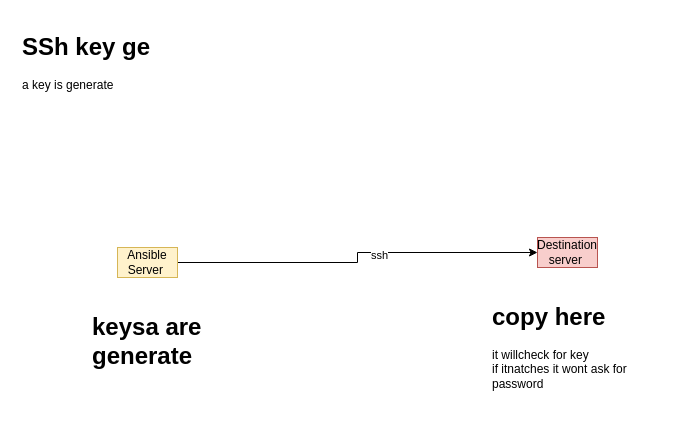
This is page "Page-2" (2 of 3) of Untitled Diagram.drawio from jvsocial/ansible-training-webapp, a draw.io file, before an edit. Source tidied: cells renumbered, new cells numbered last; positions are measured from the earlier drawing's top-left corner, leaving out a move shared by most shapes. Both pictures are drawn from the tidied source at 100%, with x=0, y=0 at pixel (17, 27).
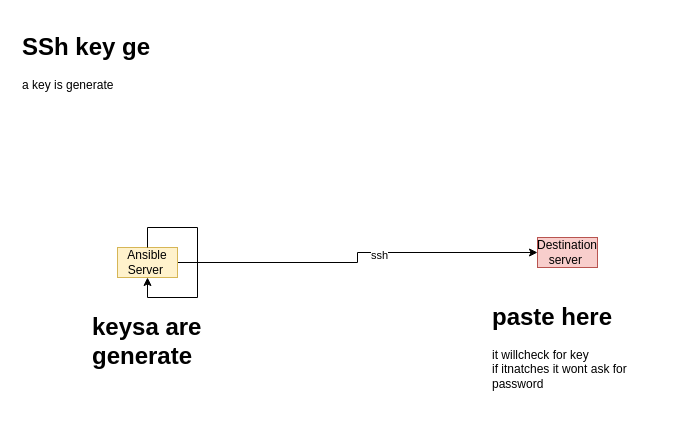
The same page after the edit.

What changed in the source:
```diff
@@
 <mxGraphModel>
   <root>
     <mxCell id="0" />
     <mxCell id="1" parent="0" />
     <mxCell id="2" value="&lt;h1&gt;SSh key ge&amp;nbsp;&lt;/h1&gt;&lt;div&gt;a key is generate&amp;nbsp;&lt;/div&gt;&lt;div&gt;&lt;br&gt;&lt;/div&gt;" style="text;html=1;strokeColor=none;fillColor=none;spacing=5;spacingTop=-20;whiteSpace=wrap;overflow=hidden;rounded=0;" parent="1" vertex="1">
       <mxGeometry width="190" height="120" as="geometry" />
     </mxCell>
     <mxCell id="3" style="edgeStyle=orthogonalEdgeStyle;rounded=0;jettySize=auto;html=1;" parent="1" edge="1" source="5" target="6">
       <mxGeometry relative="1" as="geometry" />
     </mxCell>
     <mxCell id="4" value="ssh" style="edgeLabel;html=1;align=center;verticalAlign=middle;" parent="3" vertex="1">
       <mxGeometry x="0.14" y="-2" relative="1" as="geometry" />
     </mxCell>
     <mxCell id="5" value="Ansible Server&amp;nbsp;" style="text;html=1;strokeColor=#d6b656;fillColor=#fff2cc;align=center;verticalAlign=middle;whiteSpace=wrap;rounded=0;" parent="1" vertex="1">
       <mxGeometry x="100" y="220" width="60" height="30" as="geometry" />
     </mxCell>
     <mxCell id="6" value="Destination server&amp;nbsp;" style="text;html=1;strokeColor=#b85450;fillColor=#f8cecc;align=center;verticalAlign=middle;whiteSpace=wrap;rounded=0;" parent="1" vertex="1">
       <mxGeometry x="520" y="210" width="60" height="30" as="geometry" />
     </mxCell>
     <mxCell id="7" value="&lt;h1&gt;keysa are generate&amp;nbsp;&lt;/h1&gt;" style="text;html=1;strokeColor=none;fillColor=none;spacing=5;spacingTop=-20;whiteSpace=wrap;overflow=hidden;rounded=0;" parent="1" vertex="1">
       <mxGeometry x="70" y="280" width="190" height="120" as="geometry" />
     </mxCell>
-    <mxCell id="8" value="&lt;h1&gt;copy here&lt;/h1&gt;&lt;div&gt;it willcheck for key&amp;nbsp;&lt;/div&gt;&lt;div&gt;if itnatches it wont ask for password&amp;nbsp;&lt;/div&gt;&lt;div&gt;&lt;br&gt;&lt;/div&gt;" style="text;html=1;strokeColor=none;fillColor=none;spacing=5;spacingTop=-20;whiteSpace=wrap;overflow=hidden;rounded=0;" parent="1" vertex="1">
+    <mxCell id="8" value="&lt;h1&gt;paste here&lt;/h1&gt;&lt;div&gt;it willcheck for key&amp;nbsp;&lt;/div&gt;&lt;div&gt;if itnatches it wont ask for password&amp;nbsp;&lt;/div&gt;&lt;div&gt;&lt;br&gt;&lt;/div&gt;" style="text;html=1;strokeColor=none;fillColor=none;spacing=5;spacingTop=-20;whiteSpace=wrap;overflow=hidden;rounded=0;" parent="1" vertex="1">
       <mxGeometry x="470" y="270" width="190" height="120" as="geometry" />
     </mxCell>
+    <mxCell id="9" style="edgeStyle=orthogonalEdgeStyle;rounded=0;orthogonalLoop=1;jettySize=auto;html=1;entryX=0.5;entryY=1;entryDx=0;entryDy=0;" parent="1" edge="1" source="5" target="5">
+      <mxGeometry relative="1" as="geometry" />
+    </mxCell>
   </root>
 </mxGraphModel>
```
